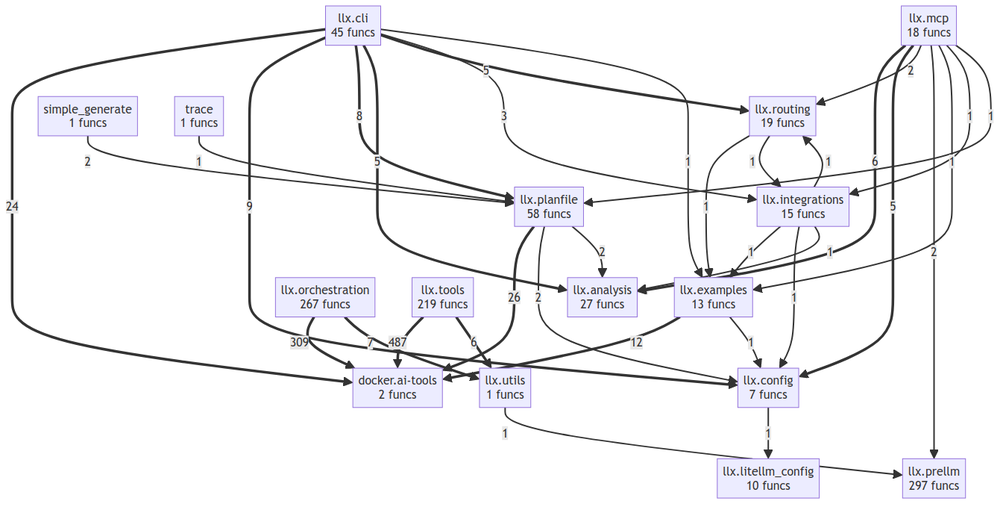
Above: project/compact_flow.png in semcod/llx (Mermaid), before the change. Its source is kept beside it as project/compact_flow.mmd.
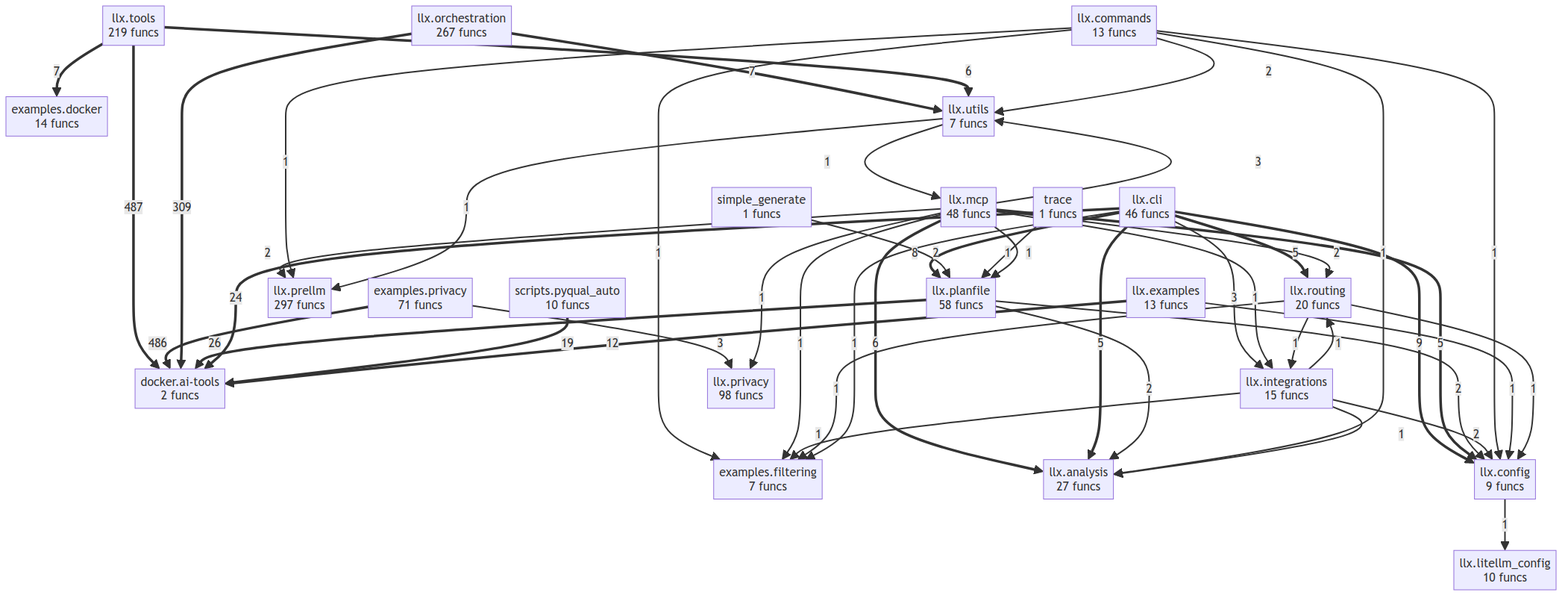
After the change.

What changed in the source:
```diff
@@ -1,50 +1,69 @@
 flowchart TD
     docker__ai_tools["docker.ai-tools<br/>2 funcs"]
+    examples__docker["examples.docker<br/>14 funcs"]
+    examples__filtering["examples.filtering<br/>7 funcs"]
+    examples__privacy["examples.privacy<br/>71 funcs"]
     llx__analysis["llx.analysis<br/>27 funcs"]
-    llx__cli["llx.cli<br/>45 funcs"]
-    llx__config["llx.config<br/>7 funcs"]
+    llx__cli["llx.cli<br/>46 funcs"]
+    llx__commands["llx.commands<br/>13 funcs"]
+    llx__config["llx.config<br/>9 funcs"]
     llx__examples["llx.examples<br/>13 funcs"]
     llx__integrations["llx.integrations<br/>15 funcs"]
     llx__litellm_config["llx.litellm_config<br/>10 funcs"]
-    llx__mcp["llx.mcp<br/>18 funcs"]
+    llx__mcp["llx.mcp<br/>48 funcs"]
     llx__orchestration["llx.orchestration<br/>267 funcs"]
     llx__planfile["llx.planfile<br/>58 funcs"]
     llx__prellm["llx.prellm<br/>297 funcs"]
-    llx__routing["llx.routing<br/>19 funcs"]
+    llx__privacy["llx.privacy<br/>98 funcs"]
+    llx__routing["llx.routing<br/>20 funcs"]
     llx__tools["llx.tools<br/>219 funcs"]
-    llx__utils["llx.utils<br/>1 funcs"]
+    llx__utils["llx.utils<br/>7 funcs"]
+    scripts__pyqual_auto["scripts.pyqual_auto<br/>10 funcs"]
     simple_generate["simple_generate<br/>1 funcs"]
     trace["trace<br/>1 funcs"]
     llx__tools ==>|487| docker__ai_tools
+    examples__privacy ==>|486| docker__ai_tools
     llx__orchestration ==>|309| docker__ai_tools
     llx__planfile ==>|26| docker__ai_tools
     llx__cli ==>|24| docker__ai_tools
+    scripts__pyqual_auto ==>|19| docker__ai_tools
     llx__examples ==>|12| docker__ai_tools
     llx__cli ==>|9| llx__config
     llx__cli ==>|8| llx__planfile
+    llx__tools ==>|7| examples__docker
     llx__orchestration ==>|7| llx__utils
     llx__tools ==>|6| llx__utils
     llx__mcp ==>|6| llx__analysis
     llx__cli ==>|5| llx__analysis
     llx__mcp ==>|5| llx__config
     llx__cli ==>|5| llx__routing
+    examples__privacy -->|3| llx__privacy
+    llx__mcp -->|3| llx__utils
     llx__cli -->|3| llx__integrations
     simple_generate -->|2| llx__planfile
+    llx__commands -->|2| llx__utils
     llx__planfile -->|2| llx__config
     llx__planfile -->|2| llx__analysis
     llx__mcp -->|2| llx__routing
     llx__mcp -->|2| llx__prellm
+    llx__integrations -->|2| llx__config
     trace -->|1| llx__planfile
     llx__config -->|1| llx__litellm_config
+    llx__commands -->|1| llx__analysis
+    llx__commands -->|1| llx__config
+    llx__commands -->|1| llx__prellm
+    llx__commands -->|1| examples__filtering
     llx__examples -->|1| llx__config
+    llx__utils -->|1| llx__mcp
     llx__utils -->|1| llx__prellm
-    llx__mcp -->|1| llx__examples
+    llx__mcp -->|1| examples__filtering
     llx__mcp -->|1| llx__integrations
     llx__mcp -->|1| llx__planfile
-    llx__integrations -->|1| llx__examples
-    llx__integrations -->|1| llx__config
+    llx__mcp -->|1| llx__privacy
+    llx__integrations -->|1| examples__filtering
     llx__integrations -->|1| llx__analysis
     llx__integrations -->|1| llx__routing
-    llx__routing -->|1| llx__examples
+    llx__routing -->|1| llx__config
+    llx__routing -->|1| examples__filtering
     llx__routing -->|1| llx__integrations
-    llx__cli -->|1| llx__examples
+    llx__cli -->|1| examples__filtering
```
